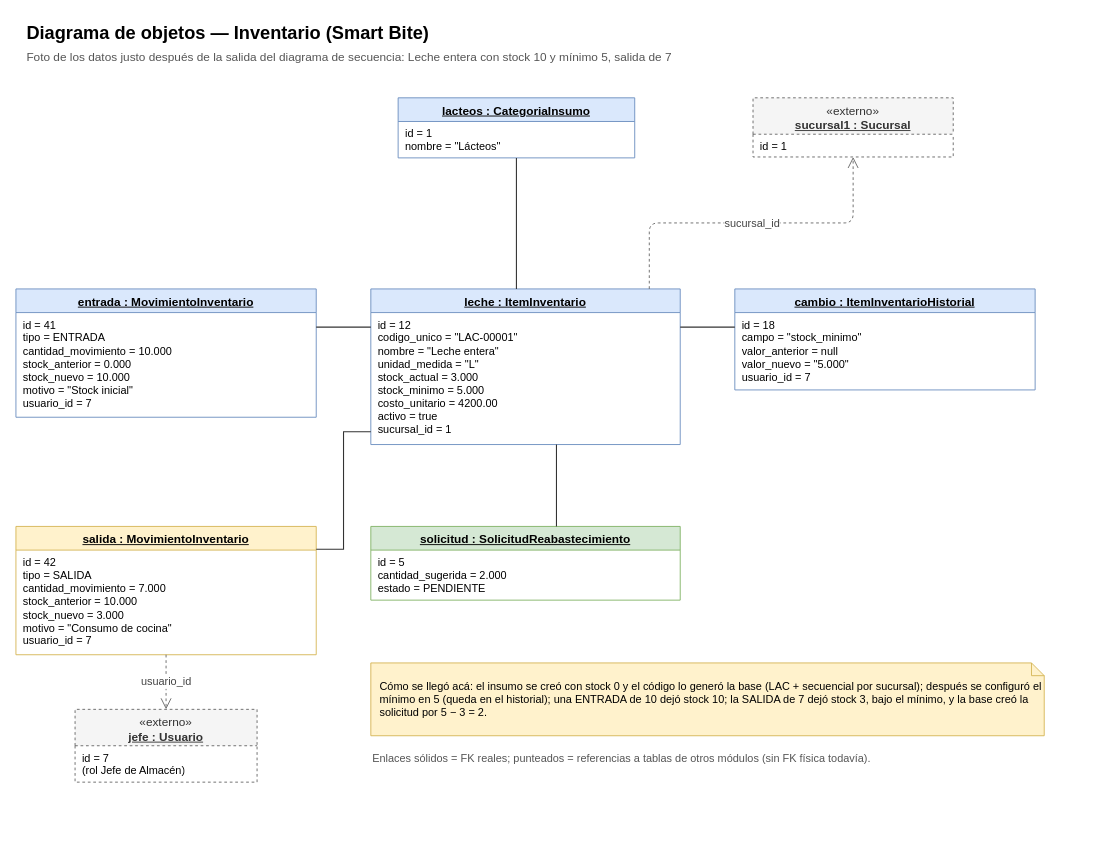
Earlier version of the draw.io diagram diagramas/drawio/07-objetos-inventario.drawio (RonnyGG-git/SmartBite). Source tidied: cells renumbered, new cells numbered last; positions are measured from the earlier drawing's top-left corner, leaving out a move shared by most shapes. Both pictures are drawn from the tidied source at 91%, with x=0, y=0 at pixel (15, 15).
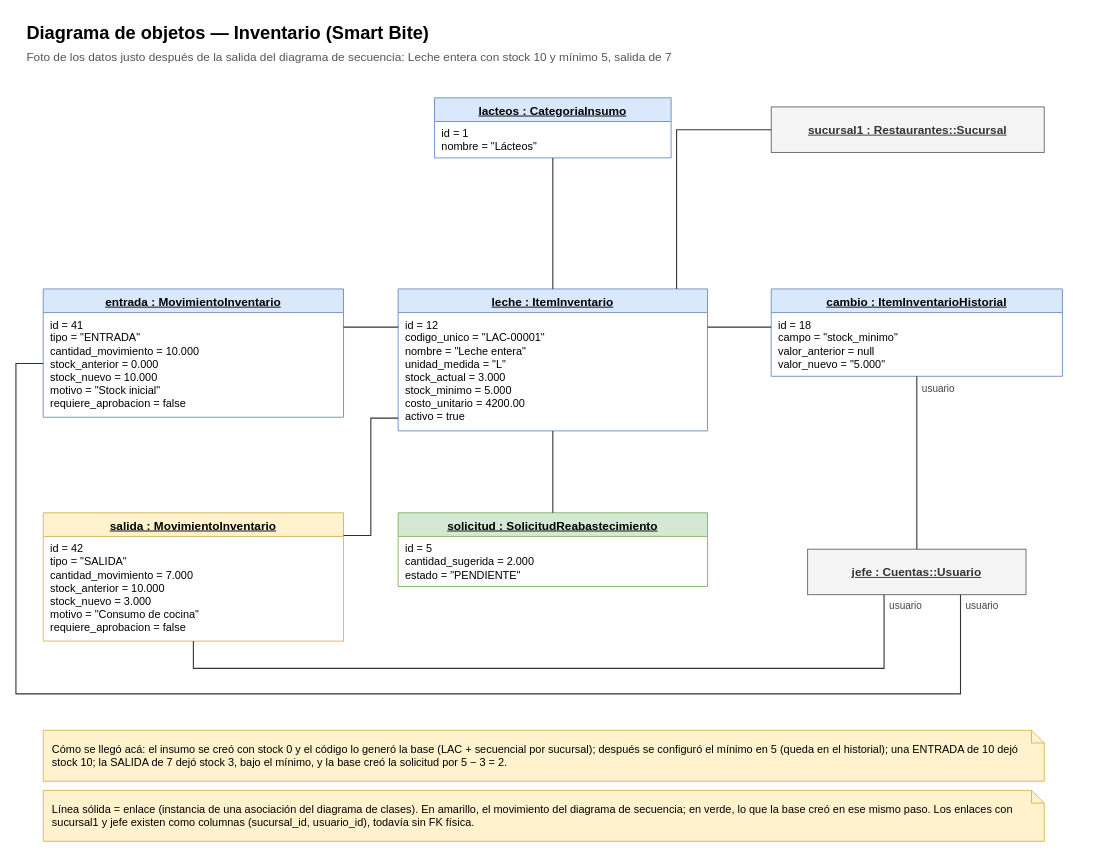
Above is the later version.

The edit, as a diff of the source:
```diff
@@
     <mxCell id="2" value="&lt;b&gt;Diagrama de objetos — Inventario (Smart Bite)&lt;/b&gt;&lt;br&gt;&lt;font style='font-size:13px' color='#555555'&gt;Foto de los datos justo después de la salida del diagrama de secuencia: Leche entera con stock 10 y mínimo 5, salida de 7&lt;/font&gt;" style="text;html=1;align=left;verticalAlign=top;fontFamily=Helvetica;fontSize=13;fontSize=20;" parent="1" vertex="1">
-      <mxGeometry x="10" width="1120" height="50" as="geometry" />
+      <mxGeometry x="10" width="1160" height="50" as="geometry" />
     </mxCell>
     <mxCell id="3" value="&lt;b&gt;&lt;u&gt;lacteos : CategoriaInsumo&lt;/u&gt;&lt;/b&gt;" style="swimlane;fontStyle=0;html=1;align=center;verticalAlign=top;horizontal=1;startSize=26;fillColor=#dae8fc;strokeColor=#6c8ebf;fontFamily=Helvetica;fontSize=13;whiteSpace=wrap;" parent="1" vertex="1">
-      <mxGeometry x="420" y="90" width="260" height="66" as="geometry" />
+      <mxGeometry x="460" y="90" width="260" height="66" as="geometry" />
     </mxCell>
@@
-    <mxCell id="5" value="«externo»&lt;br&gt;&lt;b&gt;&lt;u&gt;sucursal1 : Sucursal&lt;/u&gt;&lt;/b&gt;" style="swimlane;fontStyle=0;html=1;align=center;verticalAlign=top;horizontal=1;startSize=40;fillColor=#f5f5f5;strokeColor=#666666;fontColor=#333333;fontFamily=Helvetica;fontSize=13;whiteSpace=wrap;dashed=1;" parent="1" vertex="1">
-      <mxGeometry x="810" y="90" width="220" height="65" as="geometry" />
+    <mxCell id="5" value="&lt;b&gt;&lt;u&gt;sucursal1 : Restaurantes::Sucursal&lt;/u&gt;&lt;/b&gt;" style="rounded=0;whiteSpace=wrap;html=1;fillColor=#f5f5f5;strokeColor=#666666;fontColor=#333333;fontFamily=Helvetica;fontSize=13;" parent="1" vertex="1">
+      <mxGeometry x="830" y="100" width="300" height="50" as="geometry" />
     </mxCell>
-    <mxCell id="6" value="id = 1" style="text;html=1;strokeColor=none;fillColor=none;align=left;verticalAlign=top;spacingLeft=6;spacingRight=4;overflow=hidden;fontFamily=Helvetica;fontSize=13;fontSize=12;whiteSpace=wrap;" parent="5" vertex="1">
-      <mxGeometry y="40" width="220" height="25" as="geometry" />
+    <mxCell id="6" value="&lt;b&gt;&lt;u&gt;leche : ItemInventario&lt;/u&gt;&lt;/b&gt;" style="swimlane;fontStyle=0;html=1;align=center;verticalAlign=top;horizontal=1;startSize=26;fillColor=#dae8fc;strokeColor=#6c8ebf;fontFamily=Helvetica;fontSize=13;whiteSpace=wrap;" parent="1" vertex="1">
+      <mxGeometry x="420" y="300" width="340" height="156" as="geometry" />
     </mxCell>
-    <mxCell id="7" value="&lt;b&gt;&lt;u&gt;leche : ItemInventario&lt;/u&gt;&lt;/b&gt;" style="swimlane;fontStyle=0;html=1;align=center;verticalAlign=top;horizontal=1;startSize=26;fillColor=#dae8fc;strokeColor=#6c8ebf;fontFamily=Helvetica;fontSize=13;whiteSpace=wrap;" parent="1" vertex="1">
-      <mxGeometry x="390" y="300" width="340" height="171" as="geometry" />
+    <mxCell id="7" value="id = 12&lt;br&gt;codigo_unico = &amp;quot;LAC-00001&amp;quot;&lt;br&gt;nombre = &amp;quot;Leche entera&amp;quot;&lt;br&gt;unidad_medida = &amp;quot;L&amp;quot;&lt;br&gt;stock_actual = 3.000&lt;br&gt;stock_minimo = 5.000&lt;br&gt;costo_unitario = 4200.00&lt;br&gt;activo = true" style="text;html=1;strokeColor=none;fillColor=none;align=left;verticalAlign=top;spacingLeft=6;spacingRight=4;overflow=hidden;fontFamily=Helvetica;fontSize=13;fontSize=12;whiteSpace=wrap;" parent="6" vertex="1">
+      <mxGeometry y="26" width="340" height="130" as="geometry" />
     </mxCell>
-    <mxCell id="8" value="id = 12&lt;br&gt;codigo_unico = &amp;quot;LAC-00001&amp;quot;&lt;br&gt;nombre = &amp;quot;Leche entera&amp;quot;&lt;br&gt;unidad_medida = &amp;quot;L&amp;quot;&lt;br&gt;stock_actual = 3.000&lt;br&gt;stock_minimo = 5.000&lt;br&gt;costo_unitario = 4200.00&lt;br&gt;activo = true&lt;br&gt;sucursal_id = 1" style="text;html=1;strokeColor=none;fillColor=none;align=left;verticalAlign=top;spacingLeft=6;spacingRight=4;overflow=hidden;fontFamily=Helvetica;fontSize=13;fontSize=12;whiteSpace=wrap;" parent="7" vertex="1">
-      <mxGeometry y="26" width="340" height="145" as="geometry" />
+    <mxCell id="8" value="&lt;b&gt;&lt;u&gt;entrada : MovimientoInventario&lt;/u&gt;&lt;/b&gt;" style="swimlane;fontStyle=0;html=1;align=center;verticalAlign=top;horizontal=1;startSize=26;fillColor=#dae8fc;strokeColor=#6c8ebf;fontFamily=Helvetica;fontSize=13;whiteSpace=wrap;" parent="1" vertex="1">
+      <mxGeometry x="30" y="300" width="330" height="141" as="geometry" />
     </mxCell>
-    <mxCell id="9" value="&lt;b&gt;&lt;u&gt;entrada : MovimientoInventario&lt;/u&gt;&lt;/b&gt;" style="swimlane;fontStyle=0;html=1;align=center;verticalAlign=top;horizontal=1;startSize=26;fillColor=#dae8fc;strokeColor=#6c8ebf;fontFamily=Helvetica;fontSize=13;whiteSpace=wrap;" parent="1" vertex="1">
-      <mxGeometry y="300" width="330" height="141" as="geometry" />
+    <mxCell id="9" value="id = 41&lt;br&gt;tipo = &amp;quot;ENTRADA&amp;quot;&lt;br&gt;cantidad_movimiento = 10.000&lt;br&gt;stock_anterior = 0.000&lt;br&gt;stock_nuevo = 10.000&lt;br&gt;motivo = &amp;quot;Stock inicial&amp;quot;&lt;br&gt;requiere_aprobacion = false" style="text;html=1;strokeColor=none;fillColor=none;align=left;verticalAlign=top;spacingLeft=6;spacingRight=4;overflow=hidden;fontFamily=Helvetica;fontSize=13;fontSize=12;whiteSpace=wrap;" parent="8" vertex="1">
+      <mxGeometry y="26" width="330" height="115" as="geometry" />
     </mxCell>
-    <mxCell id="10" value="id = 41&lt;br&gt;tipo = ENTRADA&lt;br&gt;cantidad_movimiento = 10.000&lt;br&gt;stock_anterior = 0.000&lt;br&gt;stock_nuevo = 10.000&lt;br&gt;motivo = &amp;quot;Stock inicial&amp;quot;&lt;br&gt;usuario_id = 7" style="text;html=1;strokeColor=none;fillColor=none;align=left;verticalAlign=top;spacingLeft=6;spacingRight=4;overflow=hidden;fontFamily=Helvetica;fontSize=13;fontSize=12;whiteSpace=wrap;" parent="9" vertex="1">
-      <mxGeometry y="26" width="330" height="115" as="geometry" />
+    <mxCell id="10" value="&lt;b&gt;&lt;u&gt;cambio : ItemInventarioHistorial&lt;/u&gt;&lt;/b&gt;" style="swimlane;fontStyle=0;html=1;align=center;verticalAlign=top;horizontal=1;startSize=26;fillColor=#dae8fc;strokeColor=#6c8ebf;fontFamily=Helvetica;fontSize=13;whiteSpace=wrap;" parent="1" vertex="1">
+      <mxGeometry x="830" y="300" width="320" height="96" as="geometry" />
     </mxCell>
-    <mxCell id="11" value="&lt;b&gt;&lt;u&gt;cambio : ItemInventarioHistorial&lt;/u&gt;&lt;/b&gt;" style="swimlane;fontStyle=0;html=1;align=center;verticalAlign=top;horizontal=1;startSize=26;fillColor=#dae8fc;strokeColor=#6c8ebf;fontFamily=Helvetica;fontSize=13;whiteSpace=wrap;" parent="1" vertex="1">
-      <mxGeometry x="790" y="300" width="330" height="111" as="geometry" />
+    <mxCell id="11" value="id = 18&lt;br&gt;campo = &amp;quot;stock_minimo&amp;quot;&lt;br&gt;valor_anterior = null&lt;br&gt;valor_nuevo = &amp;quot;5.000&amp;quot;" style="text;html=1;strokeColor=none;fillColor=none;align=left;verticalAlign=top;spacingLeft=6;spacingRight=4;overflow=hidden;fontFamily=Helvetica;fontSize=13;fontSize=12;whiteSpace=wrap;" parent="10" vertex="1">
+      <mxGeometry y="26" width="320" height="70" as="geometry" />
     </mxCell>
-    <mxCell id="12" value="id = 18&lt;br&gt;campo = &amp;quot;stock_minimo&amp;quot;&lt;br&gt;valor_anterior = null&lt;br&gt;valor_nuevo = &amp;quot;5.000&amp;quot;&lt;br&gt;usuario_id = 7" style="text;html=1;strokeColor=none;fillColor=none;align=left;verticalAlign=top;spacingLeft=6;spacingRight=4;overflow=hidden;fontFamily=Helvetica;fontSize=13;fontSize=12;whiteSpace=wrap;" parent="11" vertex="1">
-      <mxGeometry y="26" width="330" height="85" as="geometry" />
+    <mxCell id="12" value="&lt;b&gt;&lt;u&gt;salida : MovimientoInventario&lt;/u&gt;&lt;/b&gt;" style="swimlane;fontStyle=0;html=1;align=center;verticalAlign=top;horizontal=1;startSize=26;fillColor=#fff2cc;strokeColor=#d6b656;fontFamily=Helvetica;fontSize=13;whiteSpace=wrap;" parent="1" vertex="1">
+      <mxGeometry x="30" y="546" width="330" height="141" as="geometry" />
     </mxCell>
-    <mxCell id="13" value="&lt;b&gt;&lt;u&gt;salida : MovimientoInventario&lt;/u&gt;&lt;/b&gt;" style="swimlane;fontStyle=0;html=1;align=center;verticalAlign=top;horizontal=1;startSize=26;fillColor=#fff2cc;strokeColor=#d6b656;fontFamily=Helvetica;fontSize=13;whiteSpace=wrap;" parent="1" vertex="1">
-      <mxGeometry y="561" width="330" height="141" as="geometry" />
+    <mxCell id="13" value="id = 42&lt;br&gt;tipo = &amp;quot;SALIDA&amp;quot;&lt;br&gt;cantidad_movimiento = 7.000&lt;br&gt;stock_anterior = 10.000&lt;br&gt;stock_nuevo = 3.000&lt;br&gt;motivo = &amp;quot;Consumo de cocina&amp;quot;&lt;br&gt;requiere_aprobacion = false" style="text;html=1;strokeColor=none;fillColor=none;align=left;verticalAlign=top;spacingLeft=6;spacingRight=4;overflow=hidden;fontFamily=Helvetica;fontSize=13;fontSize=12;whiteSpace=wrap;" parent="12" vertex="1">
+      <mxGeometry y="26" width="330" height="115" as="geometry" />
     </mxCell>
-    <mxCell id="14" value="id = 42&lt;br&gt;tipo = SALIDA&lt;br&gt;cantidad_movimiento = 7.000&lt;br&gt;stock_anterior = 10.000&lt;br&gt;stock_nuevo = 3.000&lt;br&gt;motivo = &amp;quot;Consumo de cocina&amp;quot;&lt;br&gt;usuario_id = 7" style="text;html=1;strokeColor=none;fillColor=none;align=left;verticalAlign=top;spacingLeft=6;spacingRight=4;overflow=hidden;fontFamily=Helvetica;fontSize=13;fontSize=12;whiteSpace=wrap;" parent="13" vertex="1">
-      <mxGeometry y="26" width="330" height="115" as="geometry" />
+    <mxCell id="14" value="&lt;b&gt;&lt;u&gt;solicitud : SolicitudReabastecimiento&lt;/u&gt;&lt;/b&gt;" style="swimlane;fontStyle=0;html=1;align=center;verticalAlign=top;horizontal=1;startSize=26;fillColor=#d5e8d4;strokeColor=#82b366;fontFamily=Helvetica;fontSize=13;whiteSpace=wrap;" parent="1" vertex="1">
+      <mxGeometry x="420" y="546" width="340" height="81" as="geometry" />
     </mxCell>
-    <mxCell id="15" value="&lt;b&gt;&lt;u&gt;solicitud : SolicitudReabastecimiento&lt;/u&gt;&lt;/b&gt;" style="swimlane;fontStyle=0;html=1;align=center;verticalAlign=top;horizontal=1;startSize=26;fillColor=#d5e8d4;strokeColor=#82b366;fontFamily=Helvetica;fontSize=13;whiteSpace=wrap;" parent="1" vertex="1">
-      <mxGeometry x="390" y="561" width="340" height="81" as="geometry" />
+    <mxCell id="15" value="id = 5&lt;br&gt;cantidad_sugerida = 2.000&lt;br&gt;estado = &amp;quot;PENDIENTE&amp;quot;" style="text;html=1;strokeColor=none;fillColor=none;align=left;verticalAlign=top;spacingLeft=6;spacingRight=4;overflow=hidden;fontFamily=Helvetica;fontSize=13;fontSize=12;whiteSpace=wrap;" parent="14" vertex="1">
+      <mxGeometry y="26" width="340" height="55" as="geometry" />
     </mxCell>
-    <mxCell id="16" value="id = 5&lt;br&gt;cantidad_sugerida = 2.000&lt;br&gt;estado = PENDIENTE" style="text;html=1;strokeColor=none;fillColor=none;align=left;verticalAlign=top;spacingLeft=6;spacingRight=4;overflow=hidden;fontFamily=Helvetica;fontSize=13;fontSize=12;whiteSpace=wrap;" parent="15" vertex="1">
-      <mxGeometry y="26" width="340" height="55" as="geometry" />
+    <mxCell id="16" value="&lt;b&gt;&lt;u&gt;jefe : Cuentas::Usuario&lt;/u&gt;&lt;/b&gt;" style="rounded=0;whiteSpace=wrap;html=1;fillColor=#f5f5f5;strokeColor=#666666;fontColor=#333333;fontFamily=Helvetica;fontSize=13;" parent="1" vertex="1">
+      <mxGeometry x="870" y="586" width="240" height="50" as="geometry" />
     </mxCell>
-    <mxCell id="17" value="«externo»&lt;br&gt;&lt;b&gt;&lt;u&gt;jefe : Usuario&lt;/u&gt;&lt;/b&gt;" style="swimlane;fontStyle=0;html=1;align=center;verticalAlign=top;horizontal=1;startSize=40;fillColor=#f5f5f5;strokeColor=#666666;fontColor=#333333;fontFamily=Helvetica;fontSize=13;whiteSpace=wrap;dashed=1;" parent="1" vertex="1">
-      <mxGeometry x="65" y="762" width="200" height="80" as="geometry" />
+    <mxCell id="17" style="endArrow=none;html=1;strokeColor=#333333;strokeWidth=1.2;fontFamily=Helvetica;fontSize=13;edgeStyle=orthogonalEdgeStyle;rounded=0;exitX=0.5000;exitY=0;entryX=0.5;entryY=1;" parent="1" edge="1" source="6" target="3">
+      <mxGeometry relative="1" as="geometry" />
     </mxCell>
-    <mxCell id="18" value="id = 7&lt;br&gt;(rol Jefe de Almacén)" style="text;html=1;strokeColor=none;fillColor=none;align=left;verticalAlign=top;spacingLeft=6;spacingRight=4;overflow=hidden;fontFamily=Helvetica;fontSize=13;fontSize=12;whiteSpace=wrap;" parent="17" vertex="1">
-      <mxGeometry y="40" width="200" height="40" as="geometry" />
+    <mxCell id="18" style="endArrow=none;html=1;strokeColor=#333333;strokeWidth=1.2;fontFamily=Helvetica;fontSize=13;edgeStyle=orthogonalEdgeStyle;rounded=0;exitX=0.9;exitY=0;entryX=0;entryY=0.5;" parent="1" edge="1" source="6" target="5">
+      <mxGeometry relative="1" as="geometry">
+        <Array as="points">
+          <mxPoint x="726" y="125" />
+        </Array>
+      </mxGeometry>
     </mxCell>
-    <mxCell id="19" style="endArrow=none;html=1;strokeColor=#333333;strokeWidth=1.2;fontFamily=Helvetica;fontSize=13;edgeStyle=orthogonalEdgeStyle;rounded=0;exitX=0.4706;exitY=0;entryX=0.5;entryY=1;" parent="1" edge="1" source="7" target="3">
+    <mxCell id="19" style="endArrow=none;html=1;strokeColor=#333333;strokeWidth=1.2;fontFamily=Helvetica;fontSize=13;edgeStyle=orthogonalEdgeStyle;rounded=0;exitX=1;exitY=0.2979;entryX=0;entryY=0.2692;" parent="1" edge="1" source="8" target="6">
       <mxGeometry relative="1" as="geometry" />
     </mxCell>
-    <mxCell id="20" value="sucursal_id" style="endArrow=open;endSize=10;dashed=1;html=1;strokeColor=#666666;fontColor=#444444;fontFamily=Helvetica;fontSize=13;fontSize=12;labelBackgroundColor=#ffffff;edgeStyle=orthogonalEdgeStyle;exitX=0.9;exitY=0;entryX=0.5;entryY=1;" parent="1" edge="1" source="7" target="5">
+    <mxCell id="20" style="endArrow=none;html=1;strokeColor=#333333;strokeWidth=1.2;fontFamily=Helvetica;fontSize=13;edgeStyle=orthogonalEdgeStyle;rounded=0;exitX=0;exitY=0.4375;entryX=1;entryY=0.2692;" parent="1" edge="1" source="10" target="6">
       <mxGeometry relative="1" as="geometry" />
     </mxCell>
-    <mxCell id="21" style="endArrow=none;html=1;strokeColor=#333333;strokeWidth=1.2;fontFamily=Helvetica;fontSize=13;edgeStyle=orthogonalEdgeStyle;rounded=0;exitX=1;exitY=0.2979;entryX=0;entryY=0.2456;" parent="1" edge="1" source="9" target="7">
-      <mxGeometry relative="1" as="geometry" />
+    <mxCell id="21" style="endArrow=none;html=1;strokeColor=#333333;strokeWidth=1.2;fontFamily=Helvetica;fontSize=13;edgeStyle=orthogonalEdgeStyle;rounded=0;exitX=1;exitY=0.1773;entryX=0;entryY=0.9103;" parent="1" edge="1" source="12" target="6">
+      <mxGeometry relative="1" as="geometry">
+        <Array as="points">
+          <mxPoint x="390" y="571" />
+          <mxPoint x="390" y="442" />
+        </Array>
+      </mxGeometry>
     </mxCell>
-    <mxCell id="22" style="endArrow=none;html=1;strokeColor=#333333;strokeWidth=1.2;fontFamily=Helvetica;fontSize=13;edgeStyle=orthogonalEdgeStyle;rounded=0;exitX=0;exitY=0.3784;entryX=1;entryY=0.2456;" parent="1" edge="1" source="11" target="7">
+    <mxCell id="22" style="endArrow=none;html=1;strokeColor=#333333;strokeWidth=1.2;fontFamily=Helvetica;fontSize=13;edgeStyle=orthogonalEdgeStyle;rounded=0;exitX=0.5;exitY=0;entryX=0.5;entryY=1;" parent="1" edge="1" source="14" target="6">
       <mxGeometry relative="1" as="geometry" />
     </mxCell>
-    <mxCell id="23" style="endArrow=none;html=1;strokeColor=#333333;strokeWidth=1.2;fontFamily=Helvetica;fontSize=13;edgeStyle=orthogonalEdgeStyle;rounded=0;exitX=1;exitY=0.1773;entryX=0;entryY=0.9181;" parent="1" edge="1" source="13" target="7">
-      <mxGeometry relative="1" as="geometry">
-        <Array as="points">
-          <mxPoint x="360" y="586" />
-          <mxPoint x="360" y="457" />
-        </Array>
-      </mxGeometry>
+    <mxCell id="23" style="endArrow=none;html=1;strokeColor=#333333;strokeWidth=1.2;fontFamily=Helvetica;fontSize=13;edgeStyle=orthogonalEdgeStyle;rounded=0;exitX=0.5000;exitY=1;entryX=0.5;entryY=0;" parent="1" edge="1" source="10" target="16">
+      <mxGeometry relative="1" as="geometry" />
     </mxCell>
-    <mxCell id="24" style="endArrow=none;html=1;strokeColor=#333333;strokeWidth=1.2;fontFamily=Helvetica;fontSize=13;edgeStyle=orthogonalEdgeStyle;rounded=0;exitX=0.6;exitY=0;entryX=0.6;entryY=1;" parent="1" edge="1" source="15" target="7">
-      <mxGeometry relative="1" as="geometry" />
+    <mxCell id="24" style="endArrow=none;html=1;strokeColor=#333333;strokeWidth=1.2;fontFamily=Helvetica;fontSize=13;edgeStyle=orthogonalEdgeStyle;rounded=0;exitX=0.5;exitY=1;entryX=0.35;entryY=1;" parent="1" edge="1" source="12" target="16">
+      <mxGeometry relative="1" as="geometry">
+        <Array as="points">
+          <mxPoint x="195" y="717" />
+          <mxPoint x="954" y="717" />
+        </Array>
+      </mxGeometry>
     </mxCell>
-    <mxCell id="25" value="usuario_id" style="endArrow=open;endSize=10;dashed=1;html=1;strokeColor=#666666;fontColor=#444444;fontFamily=Helvetica;fontSize=13;fontSize=12;labelBackgroundColor=#ffffff;exitX=0.5;exitY=1;entryX=0.5;entryY=0;" parent="1" edge="1" source="13" target="17">
-      <mxGeometry relative="1" as="geometry" />
+    <mxCell id="25" style="endArrow=none;html=1;strokeColor=#333333;strokeWidth=1.2;fontFamily=Helvetica;fontSize=13;edgeStyle=orthogonalEdgeStyle;rounded=0;exitX=0;exitY=0.5816;entryX=0.7;entryY=1;" parent="1" edge="1" source="8" target="16">
+      <mxGeometry relative="1" as="geometry">
+        <Array as="points">
+          <mxPoint y="382" />
+          <mxPoint y="745" />
+          <mxPoint x="1038" y="745" />
+        </Array>
+      </mxGeometry>
     </mxCell>
-    <mxCell id="26" value="Cómo se llegó acá: el insumo se creó con stock 0 y el código lo generó la base (LAC + secuencial por sucursal); después se configuró el mínimo en 5 (queda en el historial); una ENTRADA de 10 dejó stock 10; la SALIDA de 7 dejó stock 3, bajo el mínimo, y la base creó la solicitud por 5 − 3 = 2." style="shape=note;whiteSpace=wrap;html=1;size=14;align=left;spacingLeft=8;fillColor=#fff2cc;strokeColor=#d6b656;fontFamily=Helvetica;fontSize=13;fontSize=12;" parent="1" vertex="1">
-      <mxGeometry x="390" y="711" width="740" height="80" as="geometry" />
+    <mxCell id="26" value="usuario" style="text;html=1;align=left;verticalAlign=middle;whiteSpace=wrap;fontFamily=Helvetica;fontSize=13;fontSize=11;fontColor=#444444;" parent="1" vertex="1">
+      <mxGeometry x="958" y="640" width="60" height="16" as="geometry" />
     </mxCell>
-    <mxCell id="27" value="Enlaces sólidos = FK reales; punteados = referencias a tablas de otros módulos (sin FK física todavía)." style="text;html=1;align=left;verticalAlign=middle;whiteSpace=wrap;fontFamily=Helvetica;fontSize=13;fontSize=12;fontColor=#555555;" parent="1" vertex="1">
-      <mxGeometry x="390" y="806" width="740" height="20" as="geometry" />
+    <mxCell id="27" value="usuario" style="text;html=1;align=left;verticalAlign=middle;whiteSpace=wrap;fontFamily=Helvetica;fontSize=13;fontSize=11;fontColor=#444444;" parent="1" vertex="1">
+      <mxGeometry x="1042" y="640" width="60" height="16" as="geometry" />
     </mxCell>
+    <mxCell id="28" value="usuario" style="text;html=1;align=left;verticalAlign=middle;whiteSpace=wrap;fontFamily=Helvetica;fontSize=13;fontSize=11;fontColor=#444444;" parent="1" vertex="1">
+      <mxGeometry x="994" y="402" width="60" height="16" as="geometry" />
+    </mxCell>
+    <mxCell id="29" value="Cómo se llegó acá: el insumo se creó con stock 0 y el código lo generó la base (LAC + secuencial por sucursal); después se configuró el mínimo en 5 (queda en el historial); una ENTRADA de 10 dejó stock 10; la SALIDA de 7 dejó stock 3, bajo el mínimo, y la base creó la solicitud por 5 − 3 = 2." style="shape=note;whiteSpace=wrap;html=1;size=14;align=left;spacingLeft=8;fillColor=#fff2cc;strokeColor=#d6b656;fontFamily=Helvetica;fontSize=13;fontSize=12;" parent="1" vertex="1">
+      <mxGeometry x="30" y="785" width="1100" height="56" as="geometry" />
+    </mxCell>
+    <mxCell id="30" value="Línea sólida = enlace (instancia de una asociación del diagrama de clases). En amarillo, el movimiento del diagrama de secuencia; en verde, lo que la base creó en ese mismo paso. Los enlaces con sucursal1 y jefe existen como columnas (sucursal_id, usuario_id), todavía sin FK física." style="shape=note;whiteSpace=wrap;html=1;size=14;align=left;spacingLeft=8;fillColor=#fff2cc;strokeColor=#d6b656;fontFamily=Helvetica;fontSize=13;fontSize=12;" parent="1" vertex="1">
+      <mxGeometry x="30" y="851" width="1100" height="56" as="geometry" />
+    </mxCell>
```
